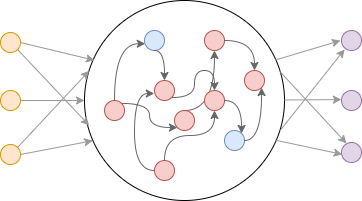
Before: img/EIRNN_structure.png, a diagram exported from draw.io (NN4Neurosim/nn4n). Source tidied: cells renumbered, new cells last; positions are measured from the earlier drawing's top-left corner, leaving out a move shared by most shapes.
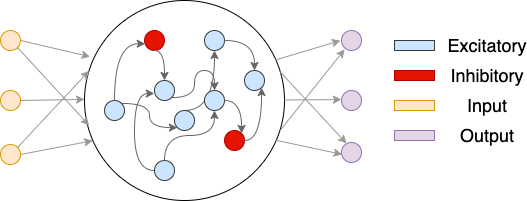
After the commit.

The edit, as a diff of the source:
```diff
@@ -5,25 +5,25 @@
     <mxCell id="2" style="ellipse;whiteSpace=wrap;html=1;" parent="1" vertex="1">
       <mxGeometry x="84" width="200" height="200" as="geometry" />
     </mxCell>
-    <mxCell id="3" style="ellipse;whiteSpace=wrap;html=1;fillColor=#dae8fc;strokeColor=#6c8ebf;" parent="1" vertex="1">
+    <mxCell id="3" style="ellipse;whiteSpace=wrap;html=1;fillColor=#e51400;strokeColor=#B20000;fontColor=#ffffff;" parent="1" vertex="1">
       <mxGeometry x="144" y="30" width="20" height="20" as="geometry" />
     </mxCell>
-    <mxCell id="4" style="ellipse;whiteSpace=wrap;html=1;fillColor=#f8cecc;strokeColor=#b85450;" parent="1" vertex="1">
+    <mxCell id="4" style="ellipse;whiteSpace=wrap;html=1;fillColor=#cce5ff;strokeColor=#36393d;" parent="1" vertex="1">
       <mxGeometry x="154" y="80" width="20" height="20" as="geometry" />
     </mxCell>
-    <mxCell id="5" style="ellipse;whiteSpace=wrap;html=1;fillColor=#f8cecc;strokeColor=#b85450;" parent="1" vertex="1">
+    <mxCell id="5" style="ellipse;whiteSpace=wrap;html=1;fillColor=#cce5ff;strokeColor=#36393d;" parent="1" vertex="1">
       <mxGeometry x="244" y="70" width="20" height="20" as="geometry" />
     </mxCell>
-    <mxCell id="6" style="ellipse;whiteSpace=wrap;html=1;fillColor=#dae8fc;strokeColor=#6c8ebf;" parent="1" vertex="1">
+    <mxCell id="6" style="ellipse;whiteSpace=wrap;html=1;fillColor=#e51400;strokeColor=#B20000;fontColor=#ffffff;" parent="1" vertex="1">
       <mxGeometry x="224" y="130" width="20" height="20" as="geometry" />
     </mxCell>
-    <mxCell id="7" style="ellipse;whiteSpace=wrap;html=1;fillColor=#f8cecc;strokeColor=#b85450;" parent="1" vertex="1">
+    <mxCell id="7" style="ellipse;whiteSpace=wrap;html=1;fillColor=#cce5ff;strokeColor=#36393d;" parent="1" vertex="1">
       <mxGeometry x="204" y="30" width="20" height="20" as="geometry" />
     </mxCell>
     <mxCell id="8" style="edgeStyle=orthogonalEdgeStyle;curved=1;rounded=0;jettySize=auto;html=1;exitX=1;exitY=0;exitDx=0;exitDy=0;entryX=0;entryY=1;entryDx=0;entryDy=0;strokeColor=#666666;" parent="1" edge="1" source="9" target="13">
       <mxGeometry relative="1" as="geometry" />
     </mxCell>
-    <mxCell id="9" style="ellipse;whiteSpace=wrap;html=1;fillColor=#f8cecc;strokeColor=#b85450;" parent="1" vertex="1">
+    <mxCell id="9" style="ellipse;whiteSpace=wrap;html=1;fillColor=#cce5ff;strokeColor=#36393d;" parent="1" vertex="1">
       <mxGeometry x="104" y="100" width="20" height="20" as="geometry" />
     </mxCell>
     <mxCell id="10" style="edgeStyle=orthogonalEdgeStyle;curved=1;rounded=0;jettySize=auto;html=1;exitX=0.5;exitY=0;exitDx=0;exitDy=0;entryX=0.5;entryY=1;entryDx=0;entryDy=0;strokeColor=#666666;" parent="1" edge="1" source="13" target="7">
@@ -33,13 +33,13 @@
         </Array>
       </mxGeometry>
     </mxCell>
-    <mxCell id="11" style="ellipse;whiteSpace=wrap;html=1;fillColor=#f8cecc;strokeColor=#b85450;" parent="1" vertex="1">
+    <mxCell id="11" style="ellipse;whiteSpace=wrap;html=1;fillColor=#cce5ff;strokeColor=#36393d;" parent="1" vertex="1">
       <mxGeometry x="154" y="160" width="20" height="20" as="geometry" />
     </mxCell>
-    <mxCell id="12" style="ellipse;whiteSpace=wrap;html=1;fillColor=#f8cecc;strokeColor=#b85450;" parent="1" vertex="1">
+    <mxCell id="12" style="ellipse;whiteSpace=wrap;html=1;fillColor=#cce5ff;strokeColor=#36393d;" parent="1" vertex="1">
       <mxGeometry x="204" y="90" width="20" height="20" as="geometry" />
     </mxCell>
-    <mxCell id="13" style="ellipse;whiteSpace=wrap;html=1;fillColor=#f8cecc;strokeColor=#b85450;" parent="1" vertex="1">
+    <mxCell id="13" style="ellipse;whiteSpace=wrap;html=1;fillColor=#cce5ff;strokeColor=#36393d;" parent="1" vertex="1">
       <mxGeometry x="174" y="110" width="20" height="20" as="geometry" />
     </mxCell>
     <mxCell id="14" style="edgeStyle=orthogonalEdgeStyle;curved=1;rounded=0;jettySize=auto;html=1;exitX=0.5;exitY=0;exitDx=0;exitDy=0;entryX=0.5;entryY=1;entryDx=0;entryDy=0;strokeColor=#666666;" parent="1" edge="1" source="11" target="12">
@@ -70,14 +70,14 @@
     <mxCell id="21" style="edgeStyle=orthogonalEdgeStyle;curved=1;rounded=0;jettySize=auto;html=1;exitX=0;exitY=0.5;exitDx=0;exitDy=0;entryX=-0.01;entryY=0.65;entryDx=0;entryDy=0;strokeColor=#666666;entryPerimeter=0;" parent="1" edge="1" source="11" target="4">
       <mxGeometry relative="1" as="geometry" />
     </mxCell>
-    <mxCell id="22" style="rounded=0;jettySize=auto;html=1;exitX=1;exitY=0.5;exitDx=0;exitDy=0;entryX=0.05;entryY=0.299;entryDx=0;entryDy=0;entryPerimeter=0;fillColor=#f5f5f5;strokeColor=#999999;" parent="1" edge="1" source="24" target="2">
+    <mxCell id="22" style="rounded=0;jettySize=auto;html=1;exitX=1;exitY=0.5;exitDx=0;exitDy=0;fillColor=#f5f5f5;strokeColor=#999999;entryX=0.028;entryY=0.281;entryDx=0;entryDy=0;entryPerimeter=0;" parent="1" edge="1" source="24" target="2">
       <mxGeometry relative="1" as="geometry" />
     </mxCell>
     <mxCell id="23" style="edgeStyle=none;rounded=0;jettySize=auto;html=1;exitX=1;exitY=1;exitDx=0;exitDy=0;entryX=0.023;entryY=0.624;entryDx=0;entryDy=0;entryPerimeter=0;fillColor=#f5f5f5;strokeColor=#999999;" parent="1" edge="1" source="24" target="2">
       <mxGeometry relative="1" as="geometry" />
     </mxCell>
     <mxCell id="24" style="ellipse;whiteSpace=wrap;html=1;fillColor=#ffe6cc;strokeColor=#d79b00;" parent="1" vertex="1">
-      <mxGeometry y="32" width="20" height="20" as="geometry" />
+      <mxGeometry y="30" width="20" height="20" as="geometry" />
     </mxCell>
     <mxCell id="25" style="edgeStyle=none;rounded=0;jettySize=auto;html=1;exitX=1;exitY=0.5;exitDx=0;exitDy=0;fillColor=#f5f5f5;strokeColor=#999999;" parent="1" edge="1" source="26" target="2">
       <mxGeometry relative="1" as="geometry" />
@@ -120,5 +120,29 @@
     <mxCell id="37" style="ellipse;whiteSpace=wrap;html=1;fillColor=#e1d5e7;strokeColor=#9673a6;" parent="1" vertex="1">
       <mxGeometry x="341" y="30" width="20" height="20" as="geometry" />
     </mxCell>
+    <mxCell id="38" style="rounded=0;whiteSpace=wrap;html=1;fillColor=#cce5ff;strokeColor=#36393d;fontSize=18;" parent="1" vertex="1">
+      <mxGeometry x="394" y="40" width="40" height="10" as="geometry" />
+    </mxCell>
+    <mxCell id="39" value="Inhibitory" style="text;html=1;strokeColor=none;fillColor=none;align=center;verticalAlign=middle;whiteSpace=wrap;rounded=0;fontSize=18;" parent="1" vertex="1">
+      <mxGeometry x="457" y="60" width="60" height="30" as="geometry" />
+    </mxCell>
+    <mxCell id="40" style="rounded=0;whiteSpace=wrap;html=1;fillColor=#e51400;fontColor=#ffffff;strokeColor=#B20000;fontSize=18;" parent="1" vertex="1">
+      <mxGeometry x="394" y="70" width="40" height="10" as="geometry" />
+    </mxCell>
+    <mxCell id="41" value="Excitatory" style="text;html=1;strokeColor=none;fillColor=none;align=center;verticalAlign=middle;whiteSpace=wrap;rounded=0;fontSize=18;" parent="1" vertex="1">
+      <mxGeometry x="457" y="30" width="60" height="30" as="geometry" />
+    </mxCell>
+    <mxCell id="42" style="rounded=0;whiteSpace=wrap;html=1;fillColor=#ffe6cc;strokeColor=#d79b00;fontSize=18;" parent="1" vertex="1">
+      <mxGeometry x="394" y="100" width="40" height="10" as="geometry" />
+    </mxCell>
+    <mxCell id="43" value="Output" style="text;html=1;strokeColor=none;fillColor=none;align=center;verticalAlign=middle;whiteSpace=wrap;rounded=0;fontSize=18;" parent="1" vertex="1">
+      <mxGeometry x="457" y="120" width="60" height="30" as="geometry" />
+    </mxCell>
+    <mxCell id="44" style="rounded=0;whiteSpace=wrap;html=1;fillColor=#e1d5e7;strokeColor=#9673a6;fontSize=18;" parent="1" vertex="1">
+      <mxGeometry x="394" y="130" width="40" height="10" as="geometry" />
+    </mxCell>
+    <mxCell id="45" value="Input" style="text;html=1;strokeColor=none;fillColor=none;align=center;verticalAlign=middle;whiteSpace=wrap;rounded=0;fontSize=18;" parent="1" vertex="1">
+      <mxGeometry x="457" y="90" width="60" height="30" as="geometry" />
+    </mxCell>
   </root>
 </mxGraphModel>
```
